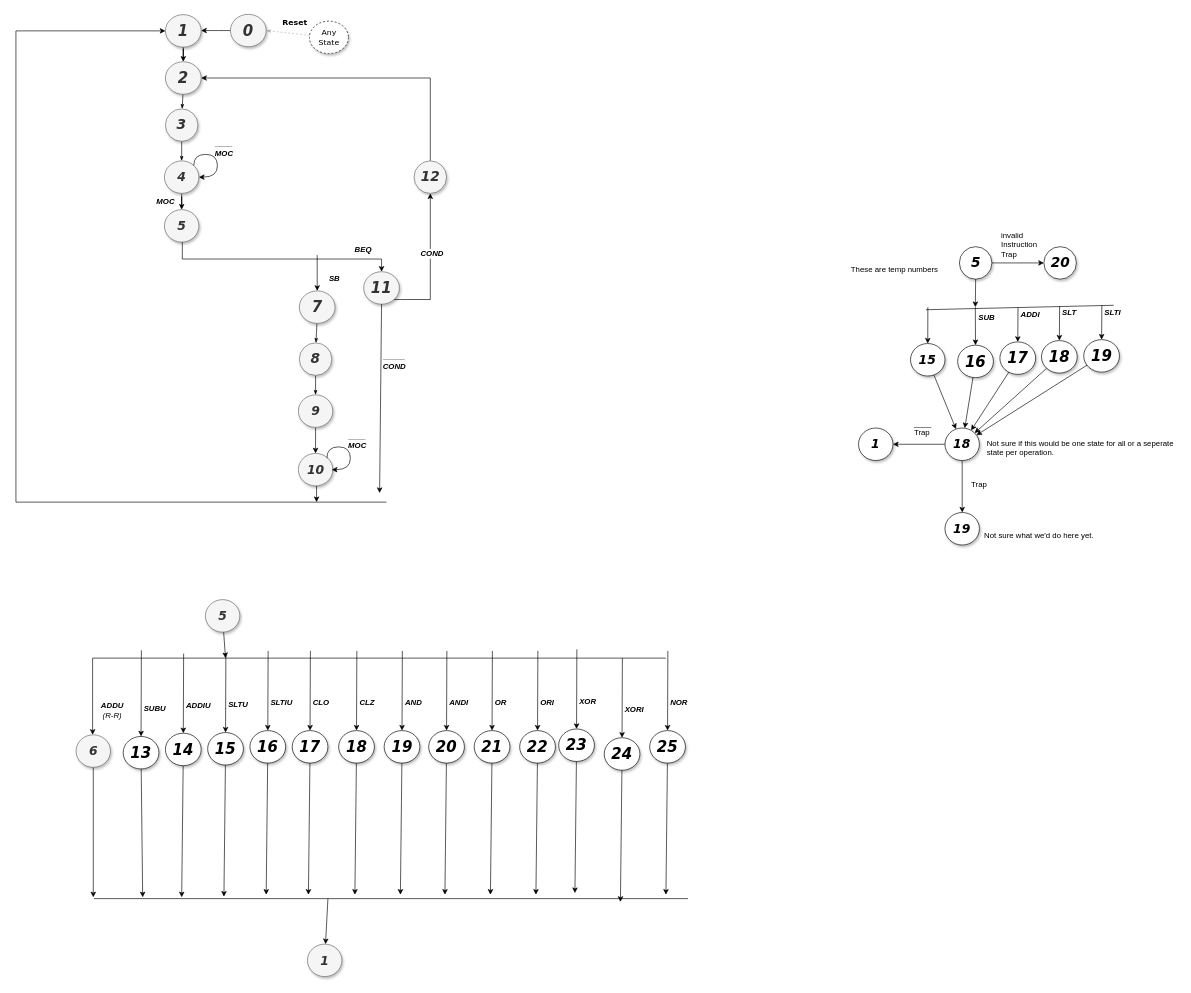
This is CPU_State_Diag.drawio from TheParodicts/MIPS_CPU_Diagram, a draw.io file, before an edit. Source tidied: cells renumbered, new cells numbered last; positions are measured from the earlier drawing's top-left corner, leaving out a move shared by most shapes. Both pictures are drawn from the tidied source at 65%, with x=0, y=0 at pixel (16, 14).
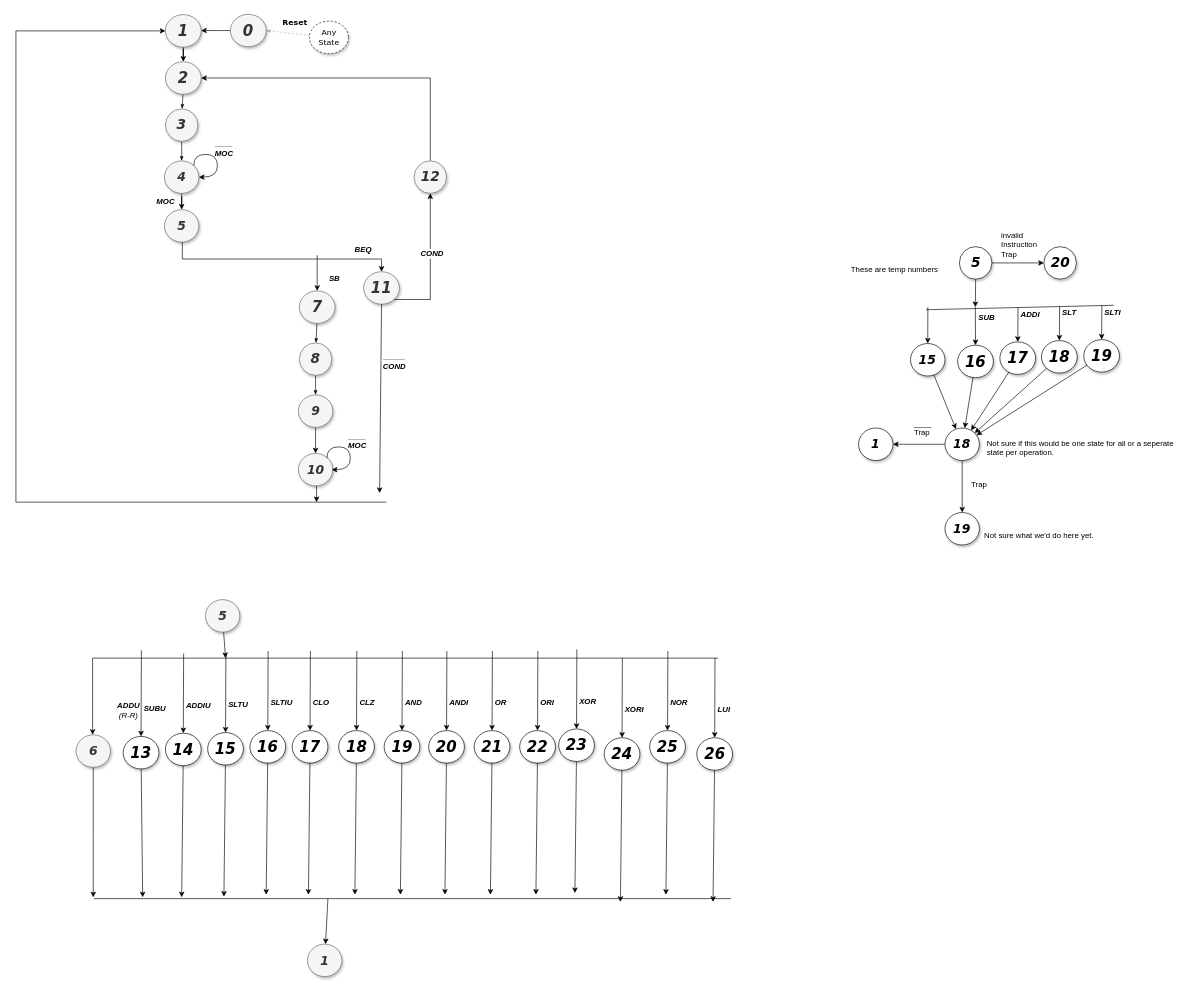
After the change.

The change refers to these unchanged cells:
```xml
<mxCell id="78" value="&lt;span&gt;&lt;b&gt;&lt;i&gt;&lt;font style=&quot;font-size: 19px&quot;&gt;6&lt;/font&gt;&lt;/i&gt;&lt;/b&gt;&lt;/span&gt;" style="ellipse;whiteSpace=wrap;html=1;rounded=0;shadow=1;comic=0;labelBackgroundColor=none;strokeColor=#666666;strokeWidth=1;fillColor=#f5f5f5;fontFamily=Verdana;fontSize=12;fontColor=#333333;align=center;" parent="1" vertex="1">
  <mxGeometry x="92.5" y="1108" width="53" height="50" as="geometry" />
</mxCell>
```

The edit, as a diff of the source:
```diff
@@
     <mxCell id="75" style="edgeStyle=orthogonalEdgeStyle;rounded=0;jettySize=auto;html=1;" parent="1" edge="1" target="78">
       <mxGeometry relative="1" as="geometry">
-        <mxPoint x="1000" y="990" as="sourcePoint" />
+        <mxPoint x="1080" y="990" as="sourcePoint" />
         <Array as="points">
           <mxPoint x="118" y="990" />
         </Array>
       </mxGeometry>
     </mxCell>
@@
     <mxCell id="133" style="endArrow=none;html=1;" parent="1" edge="1">
       <mxGeometry relative="1" as="geometry">
-        <mxPoint x="1034" y="1360" as="sourcePoint" />
+        <mxPoint x="1100" y="1360" as="sourcePoint" />
         <mxPoint x="120" y="1360" as="targetPoint" />
       </mxGeometry>
     </mxCell>
@@
+    <mxCell id="136" value="&lt;span style=&quot;font-size: 23px&quot;&gt;&lt;b&gt;&lt;i&gt;26&lt;/i&gt;&lt;/b&gt;&lt;/span&gt;" style="ellipse;whiteSpace=wrap;html=1;rounded=0;shadow=1;comic=0;labelBackgroundColor=none;strokeColor=#000000;strokeWidth=1;fillColor=#FFFFFF;fontFamily=Verdana;fontSize=12;fontColor=#000000;align=center;" parent="1" vertex="1">
+      <mxGeometry x="1047.5" y="1112.5" width="55" height="50" as="geometry" />
+    </mxCell>
+    <mxCell id="137" style="endArrow=classic;html=1;" parent="1" edge="1" target="136">
+      <mxGeometry relative="1" as="geometry">
+        <mxPoint x="1075.5" y="990" as="sourcePoint" />
+      </mxGeometry>
+    </mxCell>
+    <mxCell id="138" value="&lt;b&gt;&lt;i&gt;LUI&lt;/i&gt;&lt;/b&gt;" style="text;html=1;align=left;verticalAlign=top;spacingTop=-4;" parent="1" vertex="1">
+      <mxGeometry x="1077.5" y="1060" width="30" height="20" as="geometry" />
+    </mxCell>
+    <mxCell id="139" style="rounded=0;jettySize=auto;html=1;" parent="1" edge="1" source="136">
+      <mxGeometry relative="1" as="geometry">
+        <mxPoint x="1072.5" y="1365" as="targetPoint" />
+      </mxGeometry>
+    </mxCell>
```
